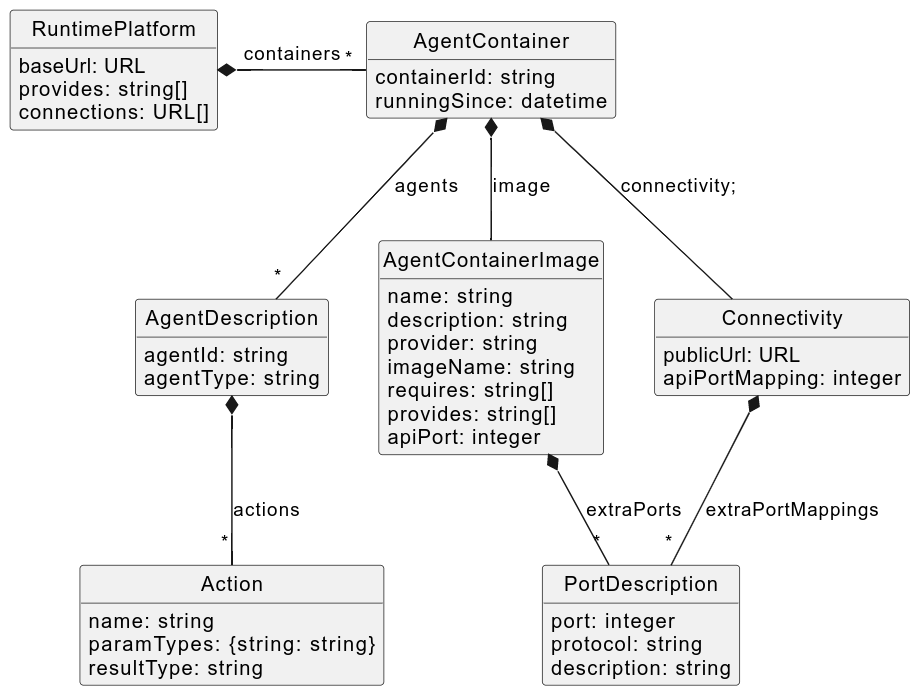
GT-ARC/opaca-core keeps this PlantUML diagram as doc/img/models.png. Above is the earlier version. Its source is kept beside it as doc/uml/models.puml. Its diagram source:
```plantuml
@startuml models

hide empty methods
hide circle


class RuntimePlatform {
    baseUrl: URL
    provides: string[]
    connections: URL[]
}
RuntimePlatform *- "*" AgentContainer: containers


class AgentContainer {
    containerId: string
    runningSince: datetime
}
AgentContainer *-- "*" AgentDescription: agents
AgentContainer *--  AgentContainerImage: image
AgentContainer *-- Connectivity: connectivity;

class Connectivity {
    publicUrl: URL
    apiPortMapping: integer
}
Connectivity *-- "*" PortDescription: extraPortMappings


class AgentContainerImage {
    name: string
    description: string
    provider: string
    imageName: string
    requires: string[]
    provides: string[]
    apiPort: integer
}
AgentContainerImage *-- "*" PortDescription: extraPorts

class PortDescription {
    port: integer
    protocol: string
    description: string
}

class AgentDescription {
    agentId: string
    agentType: string
}
AgentDescription *-- "*" Action: actions


class Action {
    name: string
    paramTypes: {string: string}
    resultType: string
}

class Message {
    payload: json
    replyTo: string
}
hide Message

@enduml
```
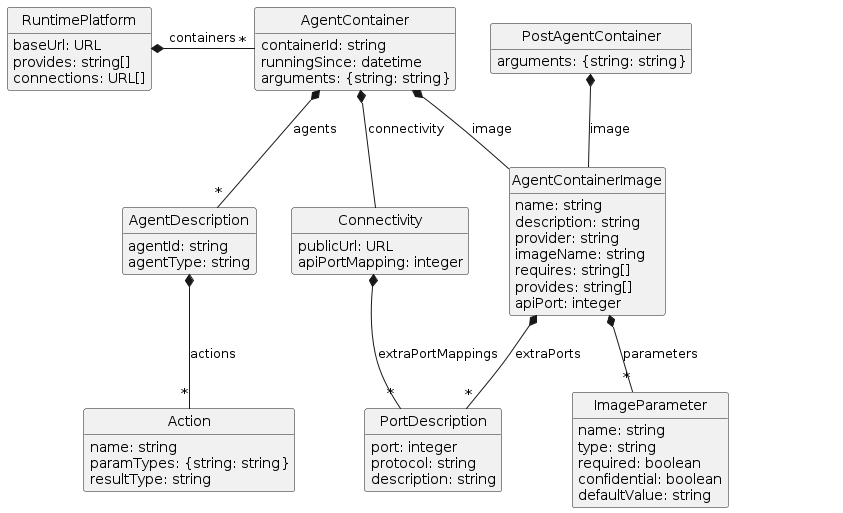
Later version of the same file.

Diff of the diagram source:
```diff
@@ -12,13 +12,19 @@
 RuntimePlatform *- "*" AgentContainer: containers
 
 
+class PostAgentContainer {
+    arguments: {string: string}
+}
+PostAgentContainer *-- AgentContainerImage: image
+
 class AgentContainer {
     containerId: string
     runningSince: datetime
+    arguments: {string: string}
 }
 AgentContainer *-- "*" AgentDescription: agents
 AgentContainer *--  AgentContainerImage: image
-AgentContainer *-- Connectivity: connectivity;
+AgentContainer *-- Connectivity: connectivity
 
 class Connectivity {
     publicUrl: URL
@@ -37,11 +43,20 @@
     apiPort: integer
 }
 AgentContainerImage *-- "*" PortDescription: extraPorts
+AgentContainerImage *-- "*" ImageParameter: parameters
 
 class PortDescription {
     port: integer
     protocol: string
     description: string
+}
+
+class ImageParameter {
+    name: string
+    type: string
+    required: boolean
+    confidential: boolean
+    defaultValue: string
 }
 
 class AgentDescription {
```
